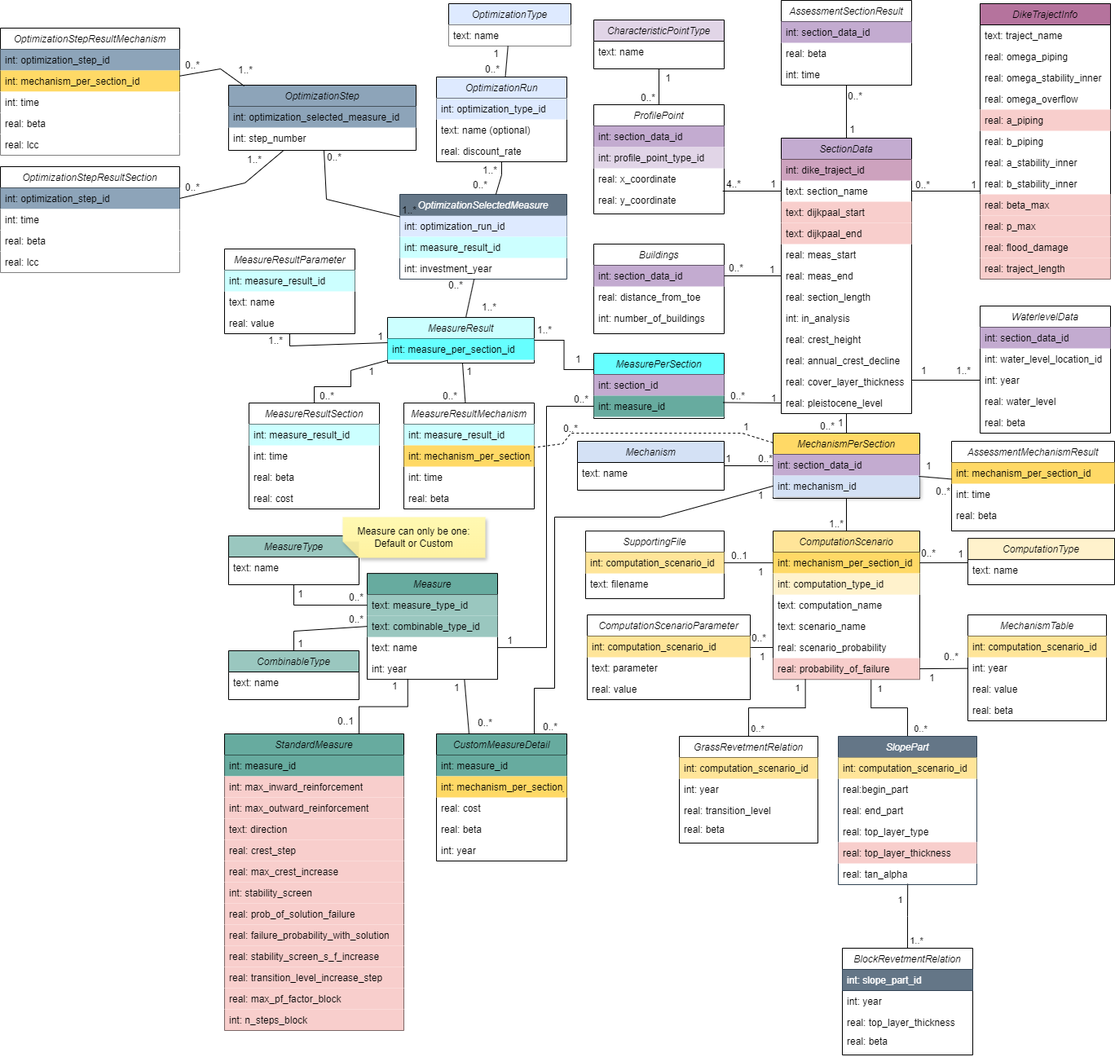
The draw.io diagram docs/db_diagram/vrtool_sql_input.drawio.png in Deltares/Veiligheidsrendement, before a commit. Source tidied: cells renumbered, new cells last; positions are measured from the earlier drawing's top-left corner, leaving out a move shared by most shapes.
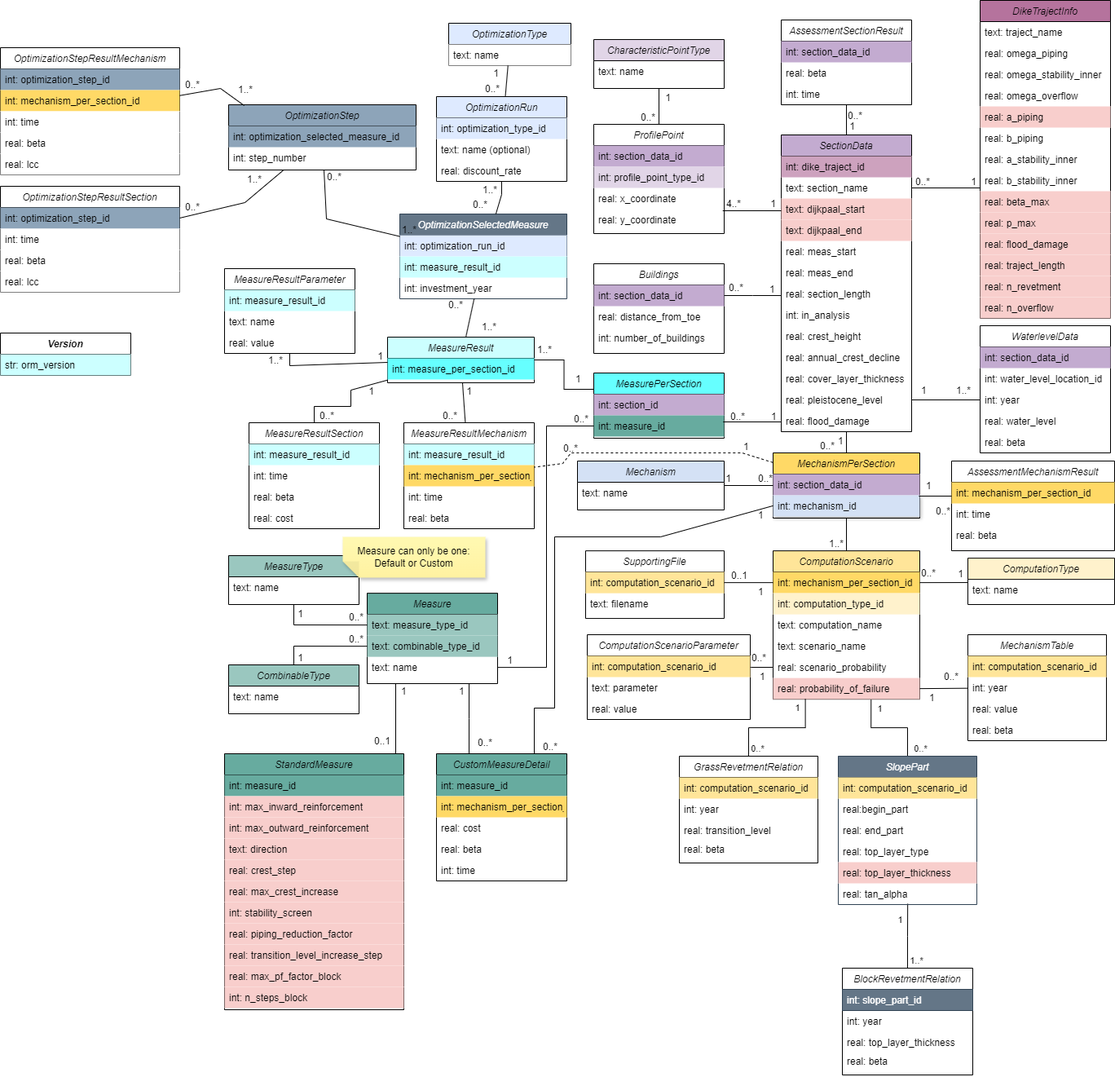
Later version of the same file.

Diff of the diagram source:
```diff
@@ -3,7 +3,7 @@
     <mxCell id="0" />
     <mxCell id="1" parent="0" />
     <mxCell id="2" value="SectionData" style="swimlane;fontStyle=2;align=center;verticalAlign=top;horizontal=1;startSize=26;rounded=0;shadow=0;strokeWidth=1;fillColor=#C3ABD0;" parent="1" vertex="1">
-      <mxGeometry x="958" y="169" width="160" height="338" as="geometry" />
+      <mxGeometry x="958" y="141" width="160" height="364" as="geometry" />
     </mxCell>
     <mxCell id="3" value="int: dike_traject_id" style="text;align=left;verticalAlign=top;spacingLeft=4;spacingRight=4;overflow=hidden;fillColor=#CDA2BE;" parent="2" vertex="1">
       <mxGeometry y="26" width="160" height="26" as="geometry" />
@@ -38,8 +38,11 @@
     <mxCell id="13" value="real: cover_layer_thickness" style="text;align=left;verticalAlign=top;spacingLeft=4;spacingRight=4;overflow=hidden;rounded=0;shadow=0;html=0;" parent="2" vertex="1">
       <mxGeometry y="286" width="160" height="26" as="geometry" />
     </mxCell>
+    <mxCell id="274" value="real: pleistocene_level" style="text;align=left;verticalAlign=top;spacingLeft=4;spacingRight=4;overflow=hidden;rounded=0;shadow=0;html=0;" parent="2" vertex="1">
+      <mxGeometry y="312" width="160" height="26" as="geometry" />
+    </mxCell>
-    <mxCell id="14" value="real: pleistocene_level" style="text;align=left;verticalAlign=top;spacingLeft=4;spacingRight=4;overflow=hidden;points=[[0,0.5],[1,0.5]];portConstraint=eastwest;rounded=0;shadow=0;html=0;" parent="2" vertex="1">
-      <mxGeometry y="312" width="160" height="26" as="geometry" />
+    <mxCell id="14" value="real: flood_damage" style="text;align=left;verticalAlign=top;spacingLeft=4;spacingRight=4;overflow=hidden;points=[[0,0.5],[1,0.5]];portConstraint=eastwest;rounded=0;shadow=0;html=0;" parent="2" vertex="1">
+      <mxGeometry y="338" width="160" height="26" as="geometry" />
     </mxCell>
     <mxCell id="15" value="Buildings" style="swimlane;fontStyle=2;align=center;verticalAlign=top;horizontal=1;startSize=26;rounded=0;shadow=0;strokeWidth=1;" parent="1" vertex="1">
       <mxGeometry x="728" y="299" width="160" height="110" as="geometry" />
@@ -54,7 +57,7 @@
       <mxGeometry y="78" width="160" height="26" as="geometry" />
     </mxCell>
     <mxCell id="19" value="Measure" style="swimlane;fontStyle=2;align=center;verticalAlign=top;horizontal=1;startSize=26;rounded=0;shadow=0;strokeWidth=1;fillColor=#67AB9F;" parent="1" vertex="1">
-      <mxGeometry x="450" y="703.1" width="160" height="130" as="geometry" />
+      <mxGeometry x="450" y="703.1" width="160" height="110.9" as="geometry" />
     </mxCell>
     <mxCell id="20" value="text: measure_type_id" style="text;align=left;verticalAlign=top;spacingLeft=4;spacingRight=4;overflow=hidden;points=[[0,0.5],[1,0.5]];portConstraint=eastwest;rounded=0;shadow=0;html=0;fillColor=#9AC7BF;" parent="19" vertex="1">
       <mxGeometry y="26" width="160" height="26" as="geometry" />
@@ -65,9 +68,6 @@
     <mxCell id="22" value="text: name" style="text;align=left;verticalAlign=top;spacingLeft=4;spacingRight=4;overflow=hidden;points=[[0,0.5],[1,0.5]];portConstraint=eastwest;rounded=0;shadow=0;html=0;" parent="19" vertex="1">
       <mxGeometry y="78" width="160" height="26" as="geometry" />
     </mxCell>
-    <mxCell id="23" value="int: year" style="text;align=left;verticalAlign=top;spacingLeft=4;spacingRight=4;overflow=hidden;points=[[0,0.5],[1,0.5]];portConstraint=eastwest;" parent="19" vertex="1">
-      <mxGeometry y="104" width="160" height="26" as="geometry" />
-    </mxCell>
     <mxCell id="24" value="ProfilePoint" style="swimlane;fontStyle=2;align=center;verticalAlign=top;horizontal=1;startSize=26;rounded=0;shadow=0;strokeWidth=1;" parent="1" vertex="1">
       <mxGeometry x="728" y="128" width="160" height="134" as="geometry" />
     </mxCell>
@@ -170,7 +170,7 @@
     <mxCell id="57" value="real: probability_of_failure" style="text;align=left;verticalAlign=top;spacingLeft=4;spacingRight=4;overflow=hidden;points=[[0,0.5],[1,0.5]];portConstraint=eastwest;rounded=0;shadow=0;html=0;fillColor=#F8CECC;" parent="51" vertex="1">
       <mxGeometry y="156" width="180" height="26" as="geometry" />
     </mxCell>
-    <mxCell id="58" style="endArrow=none;html=1;rounded=0;entryX=0.992;entryY=0.324;entryDx=0;entryDy=0;exitX=0;exitY=0.5;exitDx=0;exitDy=0;entryPerimeter=0;" parent="1" edge="1" source="14" target="39">
+    <mxCell id="58" style="endArrow=none;html=1;rounded=0;entryX=0.992;entryY=0.324;entryDx=0;entryDy=0;exitX=0;exitY=0.5;exitDx=0;exitDy=0;entryPerimeter=0;edgeStyle=elbowEdgeStyle;elbow=vertical;" parent="1" edge="1" source="14" target="39">
       <mxGeometry relative="1" as="geometry" />
     </mxCell>
     <mxCell id="59" value="1" style="html=1;whiteSpace=wrap;align=left;verticalAlign=bottom;" parent="58" vertex="1">
@@ -183,7 +183,7 @@
         <mxPoint x="28" y="1" as="offset" />
       </mxGeometry>
     </mxCell>
-    <mxCell id="61" style="endArrow=none;html=1;rounded=0;exitX=0;exitY=0.5;exitDx=0;exitDy=0;entryX=1;entryY=0.5;entryDx=0;entryDy=0;" parent="1" edge="1" source="8" target="16">
+    <mxCell id="61" style="endArrow=none;html=1;rounded=0;entryX=1;entryY=0.5;entryDx=0;entryDy=0;edgeStyle=elbowEdgeStyle;elbow=vertical;" parent="1" edge="1" source="2" target="16">
       <mxGeometry relative="1" as="geometry" />
     </mxCell>
     <mxCell id="62" value="1" style="html=1;whiteSpace=wrap;align=left;verticalAlign=bottom;" parent="61" vertex="1">
@@ -265,7 +265,7 @@
         <mxPoint x="10" as="offset" />
       </mxGeometry>
     </mxCell>
-    <mxCell id="80" style="endArrow=none;html=1;rounded=0;exitX=0.989;exitY=0.076;exitDx=0;exitDy=0;exitPerimeter=0;" parent="1" edge="1" source="28" target="4">
+    <mxCell id="80" style="endArrow=none;html=1;rounded=0;exitX=0.989;exitY=0.076;exitDx=0;exitDy=0;exitPerimeter=0;edgeStyle=elbowEdgeStyle;elbow=vertical;" parent="1" edge="1" source="28" target="2">
       <mxGeometry relative="1" as="geometry" />
     </mxCell>
     <mxCell id="81" value="4..*" style="html=1;whiteSpace=wrap;align=left;verticalAlign=bottom;" parent="80" vertex="1">
@@ -324,7 +324,7 @@
       </mxGeometry>
     </mxCell>
     <mxCell id="94" value="StandardMeasure" style="swimlane;fontStyle=2;align=center;verticalAlign=top;horizontal=1;startSize=26;rounded=0;shadow=0;strokeWidth=1;fillColor=#67AB9F;" parent="1" vertex="1">
-      <mxGeometry x="275" y="900" width="220" height="364" as="geometry" />
+      <mxGeometry x="275" y="900" width="220" height="314" as="geometry" />
     </mxCell>
     <mxCell id="95" value="int: measure_id" style="text;align=left;verticalAlign=top;spacingLeft=4;spacingRight=4;overflow=hidden;rounded=0;shadow=0;html=0;fillColor=#67AB9F;" parent="94" vertex="1">
       <mxGeometry y="26" width="220" height="26" as="geometry" />
@@ -347,23 +347,17 @@
     <mxCell id="101" value="int: stability_screen" style="text;align=left;verticalAlign=top;spacingLeft=4;spacingRight=4;overflow=hidden;fillColor=#F8CECC;" parent="94" vertex="1">
       <mxGeometry y="182" width="220" height="26" as="geometry" />
     </mxCell>
-    <mxCell id="102" value="real: prob_of_solution_failure" style="text;align=left;verticalAlign=top;spacingLeft=4;spacingRight=4;overflow=hidden;fillColor=#F8CECC;" parent="94" vertex="1">
+    <mxCell id="102" value="real: piping_reduction_factor" style="text;align=left;verticalAlign=top;spacingLeft=4;spacingRight=4;overflow=hidden;fillColor=#F8CECC;" parent="94" vertex="1">
       <mxGeometry y="208" width="220" height="26" as="geometry" />
     </mxCell>
-    <mxCell id="103" value="real: failure_probability_with_solution" style="text;align=left;verticalAlign=top;spacingLeft=4;spacingRight=4;overflow=hidden;fillColor=#F8CECC;" parent="94" vertex="1">
-      <mxGeometry y="234" width="220" height="26" as="geometry" />
-    </mxCell>
-    <mxCell id="104" value="real: stability_screen_s_f_increase" style="text;align=left;verticalAlign=top;spacingLeft=4;spacingRight=4;overflow=hidden;fillColor=#F8CECC;" parent="94" vertex="1">
-      <mxGeometry y="260" width="220" height="26" as="geometry" />
-    </mxCell>
     <mxCell id="105" value="real: transition_level_increase_step" style="text;align=left;verticalAlign=top;spacingLeft=4;spacingRight=4;overflow=hidden;fillColor=#F8CECC;" parent="94" vertex="1">
-      <mxGeometry y="286" width="220" height="26" as="geometry" />
+      <mxGeometry y="234" width="220" height="26" as="geometry" />
     </mxCell>
     <mxCell id="106" value="real: max_pf_factor_block" style="text;align=left;verticalAlign=top;spacingLeft=4;spacingRight=4;overflow=hidden;fillColor=#F8CECC;" parent="94" vertex="1">
-      <mxGeometry y="312" width="220" height="26" as="geometry" />
+      <mxGeometry y="260" width="220" height="26" as="geometry" />
     </mxCell>
     <mxCell id="107" value="int: n_steps_block" style="text;align=left;verticalAlign=top;spacingLeft=4;spacingRight=4;overflow=hidden;fillColor=#F8CECC;" parent="94" vertex="1">
-      <mxGeometry y="338" width="220" height="26" as="geometry" />
+      <mxGeometry y="286" width="220" height="26" as="geometry" />
     </mxCell>
     <mxCell id="108" value="CustomMeasureDetail" style="swimlane;fontStyle=2;align=center;verticalAlign=top;horizontal=1;startSize=26;rounded=0;shadow=0;strokeWidth=1;fillColor=#67AB9F;" parent="1" vertex="1">
       <mxGeometry x="535" y="900" width="160" height="156" as="geometry" />
@@ -380,7 +374,7 @@
     <mxCell id="112" value="real: beta" style="text;align=left;verticalAlign=top;spacingLeft=4;spacingRight=4;overflow=hidden;" parent="108" vertex="1">
       <mxGeometry y="104" width="160" height="26" as="geometry" />
     </mxCell>
-    <mxCell id="113" value="int: year" style="text;align=left;verticalAlign=top;spacingLeft=4;spacingRight=4;overflow=hidden;" parent="108" vertex="1">
+    <mxCell id="113" value="int: time" style="text;align=left;verticalAlign=top;spacingLeft=4;spacingRight=4;overflow=hidden;" parent="108" vertex="1">
       <mxGeometry y="130" width="160" height="26" as="geometry" />
     </mxCell>
     <mxCell id="114" value="MeasureType" style="swimlane;fontStyle=2;align=center;verticalAlign=top;horizontal=1;startSize=26;rounded=0;shadow=0;strokeWidth=1;fillColor=#9AC7BF;" parent="1" vertex="1">
@@ -427,7 +421,7 @@
       </mxGeometry>
     </mxCell>
     <mxCell id="122" value="CombinableType" style="swimlane;fontStyle=2;align=center;verticalAlign=top;horizontal=1;startSize=26;rounded=0;shadow=0;strokeWidth=1;fillColor=#9AC7BF;" parent="1" vertex="1">
-      <mxGeometry x="280" y="798" width="160" height="60" as="geometry" />
+      <mxGeometry x="280" y="791" width="160" height="60" as="geometry" />
     </mxCell>
     <mxCell id="123" value="text: name" style="text;align=left;verticalAlign=top;spacingLeft=4;spacingRight=4;overflow=hidden;" parent="122" vertex="1">
       <mxGeometry y="26" width="160" height="26" as="geometry" />
@@ -435,7 +429,7 @@
     <mxCell id="124" style="endArrow=none;html=1;rounded=0;entryX=0.5;entryY=0;entryDx=0;entryDy=0;exitX=0;exitY=0.5;exitDx=0;exitDy=0;" parent="1" edge="1" source="21" target="122">
       <mxGeometry relative="1" as="geometry">
         <Array as="points">
-          <mxPoint x="360" y="774" />
+          <mxPoint x="360" y="768" />
         </Array>
       </mxGeometry>
     </mxCell>
@@ -449,20 +443,20 @@
         <mxPoint x="13" as="offset" />
       </mxGeometry>
     </mxCell>
-    <mxCell id="127" style="endArrow=none;html=1;rounded=0;entryX=0.75;entryY=0;entryDx=0;entryDy=0;exitX=0.311;exitY=0.974;exitDx=0;exitDy=0;exitPerimeter=0;edgeStyle=orthogonalEdgeStyle;" parent="1" edge="1" source="23" target="94">
+    <mxCell id="127" style="endArrow=none;html=1;rounded=0;entryX=0.75;entryY=0;entryDx=0;entryDy=0;exitX=0.5;exitY=1;exitDx=0;exitDy=0;edgeStyle=elbowEdgeStyle;" parent="1" edge="1" source="19" target="94">
       <mxGeometry relative="1" as="geometry" />
     </mxCell>
     <mxCell id="128" value="1" style="html=1;whiteSpace=wrap;align=left;verticalAlign=bottom;" parent="127" vertex="1">
       <mxGeometry x="-1" relative="1" as="geometry">
-        <mxPoint x="-21" y="18" as="offset" />
+        <mxPoint x="-40" y="18" as="offset" />
       </mxGeometry>
     </mxCell>
     <mxCell id="129" value="0..1" style="html=1;whiteSpace=wrap;align=right;verticalAlign=bottom;" parent="127" vertex="1">
       <mxGeometry x="1" relative="1" as="geometry">
-        <mxPoint x="-5" y="-7" as="offset" />
+        <mxPoint x="40" y="-7" as="offset" />
       </mxGeometry>
     </mxCell>
-    <mxCell id="130" style="endArrow=none;html=1;rounded=0;exitX=0.746;exitY=1.022;exitDx=0;exitDy=0;exitPerimeter=0;entryX=0.25;entryY=0;entryDx=0;entryDy=0;" parent="1" edge="1" source="23" target="108">
+    <mxCell id="130" style="endArrow=none;html=1;rounded=0;entryX=0.25;entryY=0;entryDx=0;entryDy=0;edgeStyle=elbowEdgeStyle;" parent="1" edge="1" source="19" target="108">
       <mxGeometry relative="1" as="geometry" />
     </mxCell>
     <mxCell id="131" value="1" style="html=1;whiteSpace=wrap;align=left;verticalAlign=bottom;" parent="130" vertex="1">
@@ -479,7 +473,7 @@
       <mxGeometry x="420" y="634" width="175" height="50" as="geometry" />
     </mxCell>
     <mxCell id="134" value="DikeTrajectInfo" style="swimlane;fontStyle=2;align=center;verticalAlign=top;horizontal=1;startSize=26;rounded=0;shadow=0;strokeWidth=1;fillColor=#B5739D;" parent="1" vertex="1">
-      <mxGeometry x="1202" y="4" width="160" height="338" as="geometry" />
+      <mxGeometry x="1202" y="-24" width="160" height="390" as="geometry" />
     </mxCell>
     <mxCell id="135" value="text: traject_name" style="text;align=left;verticalAlign=top;spacingLeft=4;spacingRight=4;overflow=hidden;fillColor=none;" parent="134" vertex="1">
       <mxGeometry y="26" width="160" height="26" as="geometry" />
@@ -514,10 +508,16 @@
     <mxCell id="145" value="real: flood_damage" style="text;align=left;verticalAlign=top;spacingLeft=4;spacingRight=4;overflow=hidden;fillColor=#f8cecc;strokeColor=none;" parent="134" vertex="1">
       <mxGeometry y="286" width="160" height="26" as="geometry" />
     </mxCell>
+    <mxCell id="275" value="real: traject_length" style="text;align=left;verticalAlign=top;spacingLeft=4;spacingRight=4;overflow=hidden;fillColor=#f8cecc;strokeColor=none;" parent="134" vertex="1">
+      <mxGeometry y="312" width="160" height="26" as="geometry" />
+    </mxCell>
+    <mxCell id="276" value="real: n_revetment" style="text;align=left;verticalAlign=top;spacingLeft=4;spacingRight=4;overflow=hidden;fillColor=#f8cecc;strokeColor=none;" parent="134" vertex="1">
+      <mxGeometry y="338" width="160" height="26" as="geometry" />
+    </mxCell>
-    <mxCell id="146" value="real: traject_length" style="text;align=left;verticalAlign=top;spacingLeft=4;spacingRight=4;overflow=hidden;fillColor=#f8cecc;strokeColor=none;" parent="134" vertex="1">
-      <mxGeometry y="312" width="160" height="26" as="geometry" />
+    <mxCell id="146" value="real: n_overflow" style="text;align=left;verticalAlign=top;spacingLeft=4;spacingRight=4;overflow=hidden;fillColor=#f8cecc;strokeColor=none;" parent="134" vertex="1">
+      <mxGeometry y="364" width="160" height="26" as="geometry" />
     </mxCell>
-    <mxCell id="147" style="endArrow=none;html=1;rounded=0;exitX=1;exitY=0.5;exitDx=0;exitDy=0;entryX=0.004;entryY=0.846;entryDx=0;entryDy=0;entryPerimeter=0;" parent="1" edge="1" source="4" target="142">
+    <mxCell id="147" style="endArrow=none;html=1;rounded=0;entryX=0.004;entryY=0.846;entryDx=0;entryDy=0;entryPerimeter=0;edgeStyle=elbowEdgeStyle;elbow=vertical;" parent="1" edge="1" source="2" target="142">
       <mxGeometry relative="1" as="geometry" />
     </mxCell>
     <mxCell id="148" value="0..*" style="html=1;whiteSpace=wrap;align=left;verticalAlign=bottom;" parent="147" vertex="1">
@@ -701,7 +701,7 @@
     <mxCell id="196" value="real: beta" style="text;align=left;verticalAlign=top;spacingLeft=4;spacingRight=4;overflow=hidden;rounded=0;shadow=0;html=0;" parent="193" vertex="1">
       <mxGeometry y="78" width="200" height="26" as="geometry" />
     </mxCell>
-    <mxCell id="197" style="jettySize=auto;html=1;rounded=0;strokeColor=default;endArrow=none;endFill=0;exitX=0.994;exitY=1.038;exitDx=0;exitDy=0;exitPerimeter=0;" parent="1" edge="1" source="35" target="193">
+    <mxCell id="197" style="jettySize=auto;html=1;rounded=0;strokeColor=default;endArrow=none;endFill=0;exitX=0.994;exitY=1.038;exitDx=0;exitDy=0;exitPerimeter=0;edgeStyle=elbowEdgeStyle;elbow=vertical;" parent="1" edge="1" source="35" target="193">
       <mxGeometry relative="1" as="geometry" />
     </mxCell>
     <mxCell id="198" value="1" style="html=1;whiteSpace=wrap;align=left;verticalAlign=bottom;" parent="1" vertex="1">
@@ -1012,5 +1012,11 @@
         <mxPoint x="26" y="-5" as="offset" />
       </mxGeometry>
     </mxCell>
+    <mxCell id="277" value="Version" style="swimlane;fontStyle=3;align=center;verticalAlign=top;horizontal=1;startSize=26;rounded=0;shadow=0;strokeWidth=1;fillColor=#FFFFFF;" parent="1" vertex="1">
+      <mxGeometry y="384" width="160" height="52" as="geometry" />
+    </mxCell>
+    <mxCell id="278" value="str: orm_version" style="text;align=left;verticalAlign=top;spacingLeft=4;spacingRight=4;overflow=hidden;rounded=0;shadow=0;html=0;fillColor=#CCFFFF;" parent="277" vertex="1">
+      <mxGeometry y="26" width="160" height="26" as="geometry" />
+    </mxCell>
   </root>
 </mxGraphModel>
```
